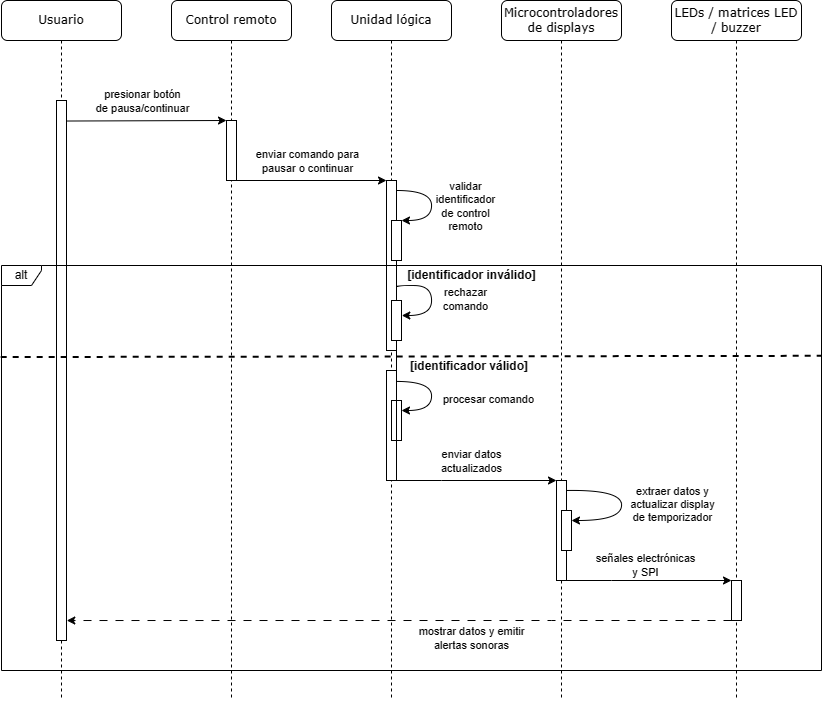
Diego-Hiriart/Capstone_Hiriart-Corales-Samaniego keeps this draw.io diagram as Design/UML/Seq and Act/Machine/cm9-seq.png. Above is the earlier version. Source tidied: cells renumbered, new cells last; positions are measured from the earlier drawing's top-left corner, leaving out a move shared by most shapes.
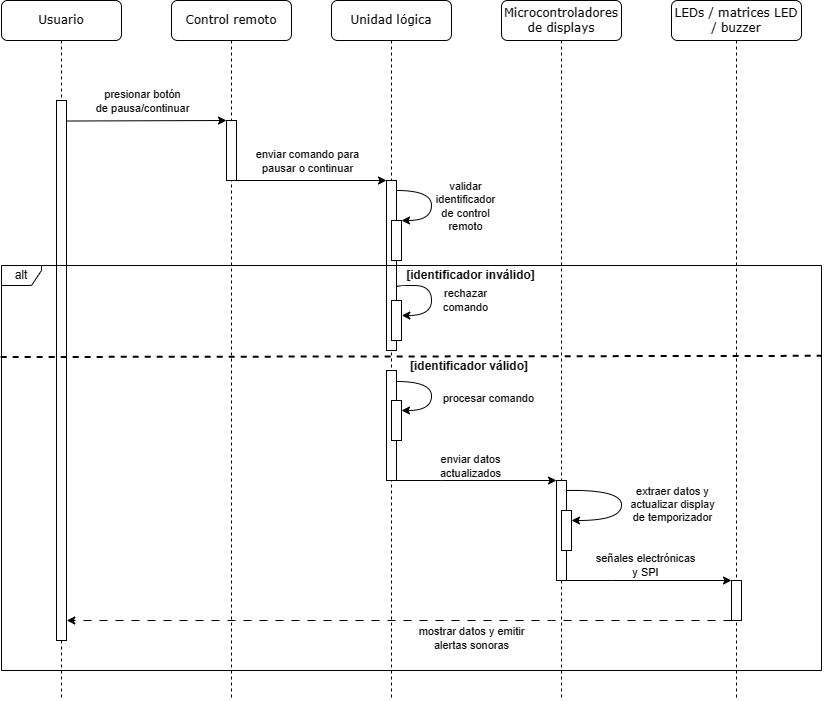
After the change.

What changed in the source:
```diff
@@ -121,8 +121,9 @@
     <mxCell id="29" style="rounded=0;whiteSpace=wrap;html=1;" parent="1" vertex="1">
       <mxGeometry x="555" y="480" width="10" height="100" as="geometry" />
     </mxCell>
-    <mxCell id="30" style="edgeStyle=orthogonalEdgeStyle;rounded=0;jettySize=auto;html=1;exitX=1;exitY=1;exitDx=0;exitDy=0;entryX=0;entryY=0;entryDx=0;entryDy=0;" parent="1" edge="1" source="6" target="29">
+    <mxCell id="30" style="edgeStyle=orthogonalEdgeStyle;rounded=0;jettySize=auto;html=1;entryX=0;entryY=0;entryDx=0;entryDy=0;" parent="1" edge="1" target="29">
       <mxGeometry relative="1" as="geometry">
+        <mxPoint x="395" y="480" as="sourcePoint" />
         <Array as="points">
           <mxPoint x="440" y="480" />
           <mxPoint x="440" y="480" />
@@ -131,7 +132,7 @@
     </mxCell>
     <mxCell id="31" value="enviar datos &lt;br&gt;actualizados" style="edgeLabel;html=1;align=center;verticalAlign=middle;" parent="30" vertex="1">
       <mxGeometry x="-0.1" relative="1" as="geometry">
-        <mxPoint x="74" y="-20" as="offset" />
+        <mxPoint x="2" y="-15" as="offset" />
       </mxGeometry>
     </mxCell>
     <mxCell id="32" style="rounded=0;whiteSpace=wrap;html=1;" parent="1" vertex="1">
```
